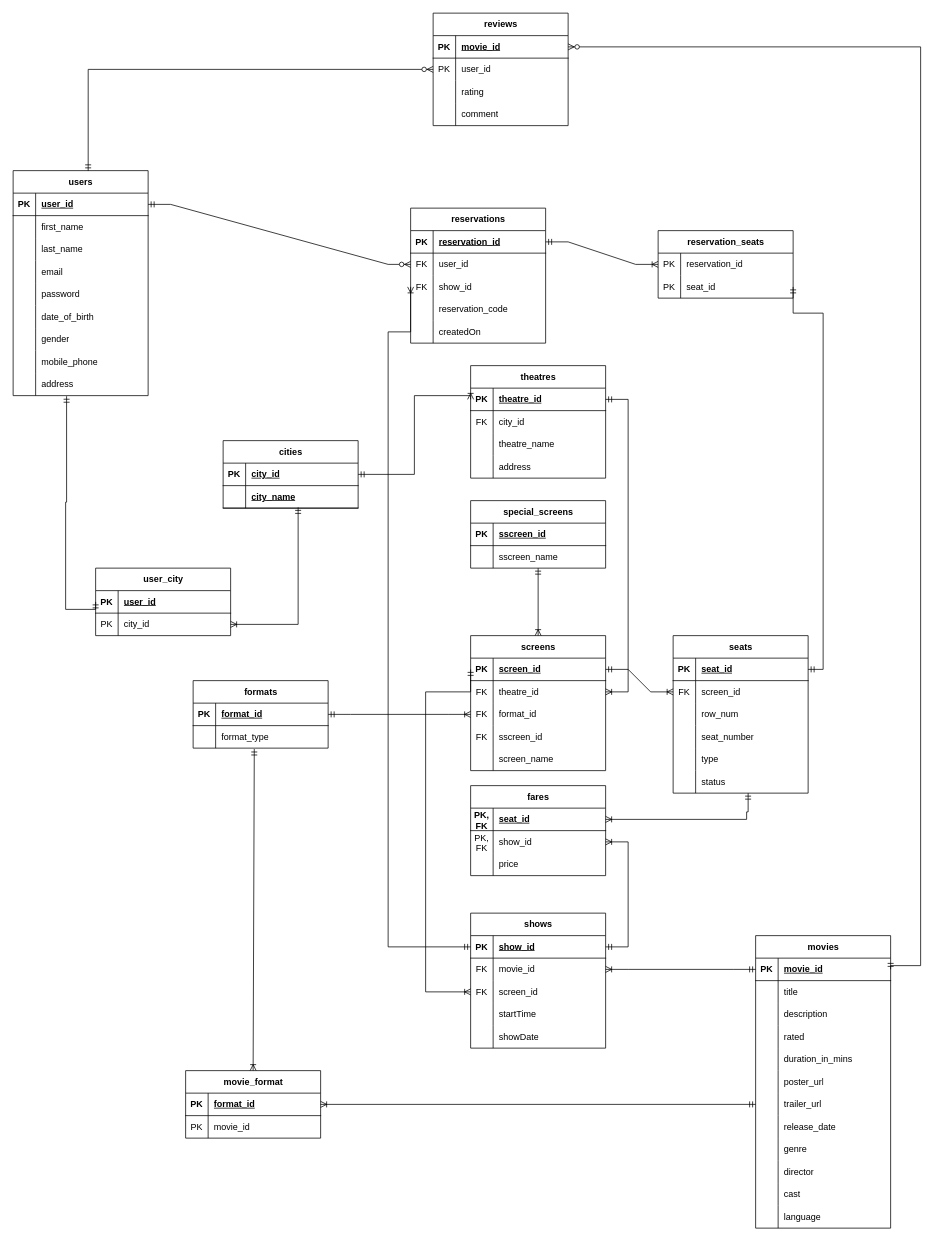
Before: Database/ER Diagram/movie_booking.drawio in Envytee49/movie-booking, a draw.io diagram. Source tidied: cells renumbered, new cells numbered last; positions are measured from the earlier drawing's top-left corner, leaving out a move shared by most shapes. Both pictures are drawn from the tidied source at 75%, with x=0, y=0 at pixel (13, 13).
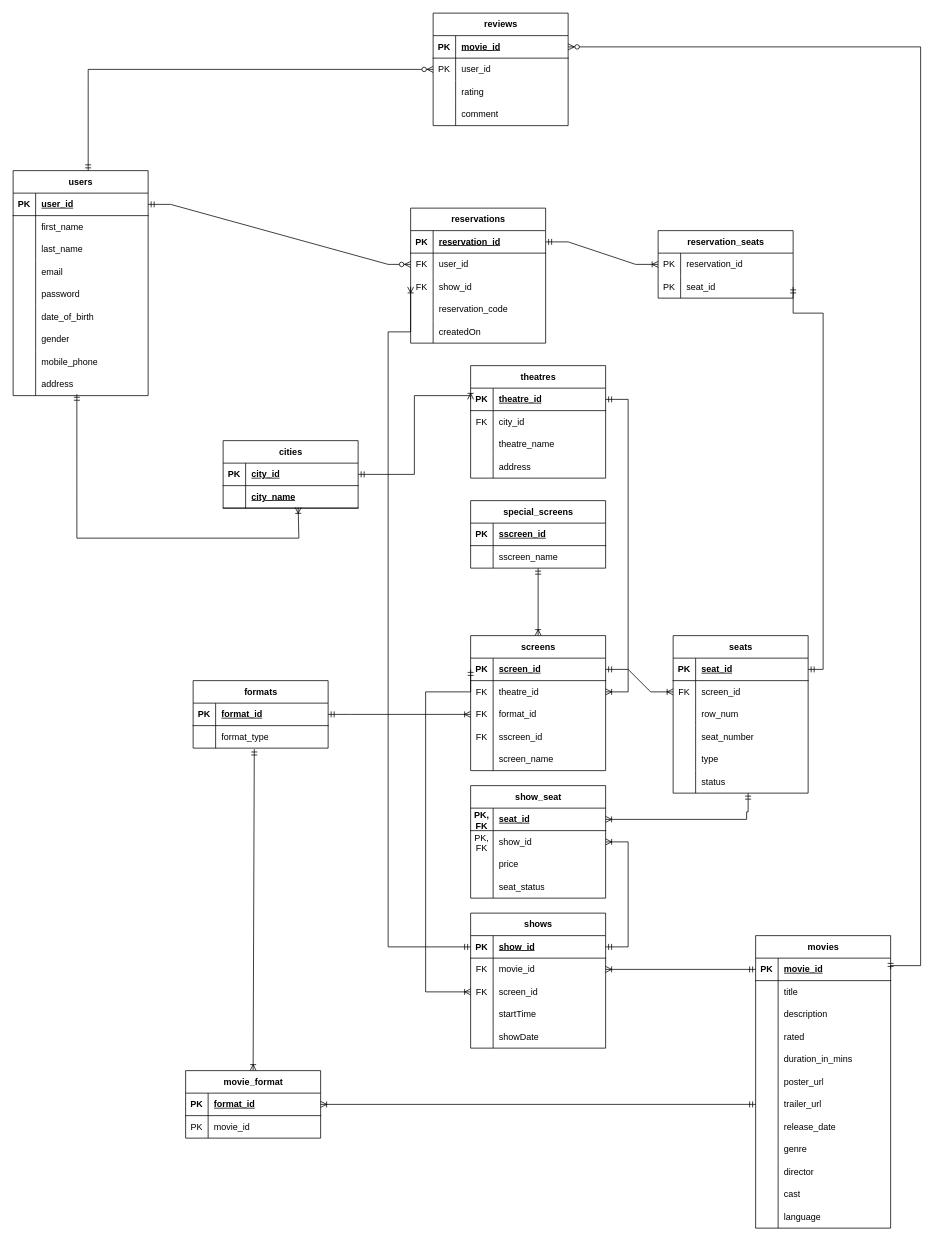
The same diagram, later.

Unchanged cells that the change refers to:
```xml
<mxCell id="64" style="shape=tableRow;horizontal=0;startSize=0;swimlaneHead=0;swimlaneBody=0;fillColor=none;points=[[0,0.5],[1,0.5]];portConstraint=eastwest;top=0;left=0;right=0;bottom=0;" parent="39" vertex="1">
  <mxGeometry y="270" width="180" height="30" as="geometry" />
</mxCell>
```

What changed in the source:
```diff
@@
-    <mxCell id="158" value="fares" style="shape=table;startSize=30;childLayout=tableLayout;rowLines=0;fontStyle=1;align=center;html=1;" parent="1" vertex="1">
-      <mxGeometry x="610" y="1030" width="180" height="120" as="geometry" />
+    <mxCell id="158" value="show_seat" style="shape=table;startSize=30;childLayout=tableLayout;rowLines=0;fontStyle=1;align=center;html=1;" parent="1" vertex="1">
+      <mxGeometry x="610" y="1030" width="180" height="150" as="geometry" />
     </mxCell>
@@
+    <mxCell id="231" style="shape=tableRow;horizontal=0;startSize=0;swimlaneHead=0;swimlaneBody=0;fillColor=none;top=0;left=0;right=0;bottom=0;" parent="158" vertex="1">
+      <mxGeometry y="120" width="180" height="30" as="geometry" />
+    </mxCell>
+    <mxCell id="232" style="shape=partialRectangle;fillColor=none;top=0;left=0;bottom=0;right=0;overflow=hidden;whiteSpace=wrap;html=1;" parent="231" vertex="1">
+      <mxGeometry width="30" height="30" as="geometry" />
+    </mxCell>
+    <mxCell id="233" value="seat_status" style="shape=partialRectangle;fillColor=none;top=0;left=0;bottom=0;right=0;align=left;spacingLeft=6;overflow=hidden;whiteSpace=wrap;html=1;" parent="231" vertex="1">
+      <mxGeometry x="30" width="150" height="30" as="geometry" />
+    </mxCell>
@@
-    <mxCell id="214" value="user_city" style="shape=table;startSize=30;childLayout=tableLayout;rowLines=0;fontStyle=1;align=center;html=1;" parent="1" vertex="1">
-      <mxGeometry x="110" y="740" width="180" height="90" as="geometry" />
-    </mxCell>
-    <mxCell id="215" style="shape=tableRow;horizontal=0;startSize=0;swimlaneHead=0;swimlaneBody=0;fillColor=none;points=[[0,0.5],[1,0.5]];portConstraint=eastwest;top=0;left=0;right=0;bottom=1;" parent="214" vertex="1">
-      <mxGeometry y="30" width="180" height="30" as="geometry" />
-    </mxCell>
-    <mxCell id="216" value="PK" style="shape=partialRectangle;fillColor=none;top=0;left=0;bottom=0;right=0;fontStyle=1;overflow=hidden;whiteSpace=wrap;html=1;" parent="215" vertex="1">
-      <mxGeometry width="30" height="30" as="geometry" />
-    </mxCell>
-    <mxCell id="217" value="user_id" style="shape=partialRectangle;fillColor=none;top=0;left=0;bottom=0;right=0;align=left;spacingLeft=6;fontStyle=5;overflow=hidden;whiteSpace=wrap;html=1;" parent="215" vertex="1">
-      <mxGeometry x="30" width="150" height="30" as="geometry" />
-    </mxCell>
-    <mxCell id="218" style="shape=tableRow;horizontal=0;startSize=0;swimlaneHead=0;swimlaneBody=0;fillColor=none;points=[[0,0.5],[1,0.5]];portConstraint=eastwest;top=0;left=0;right=0;bottom=0;" parent="214" vertex="1">
-      <mxGeometry y="60" width="180" height="30" as="geometry" />
-    </mxCell>
-    <mxCell id="219" value="PK" style="shape=partialRectangle;fillColor=none;top=0;left=0;bottom=0;right=0;overflow=hidden;whiteSpace=wrap;html=1;" parent="218" vertex="1">
-      <mxGeometry width="30" height="30" as="geometry" />
-    </mxCell>
-    <mxCell id="220" value="city_id" style="shape=partialRectangle;fillColor=none;top=0;left=0;bottom=0;right=0;align=left;spacingLeft=6;overflow=hidden;whiteSpace=wrap;html=1;" parent="218" vertex="1">
-      <mxGeometry x="30" width="150" height="30" as="geometry" />
-    </mxCell>
-    <mxCell id="221" style="edgeStyle=orthogonalEdgeStyle;fontSize=12;html=1;endArrow=ERmandOne;startArrow=ERmandOne;rounded=0;entryX=0;entryY=0.5;entryDx=0;entryDy=0;exitX=0.396;exitY=1.027;exitDx=0;exitDy=0;exitPerimeter=0;" parent="1" edge="1" source="64" target="215">
-      <mxGeometry relative="1" as="geometry">
-        <Array as="points">
-          <mxPoint x="71" y="652" />
-          <mxPoint x="70" y="795" />
-          <mxPoint x="100" y="795" />
-        </Array>
-      </mxGeometry>
-    </mxCell>
-    <mxCell id="222" style="edgeStyle=orthogonalEdgeStyle;fontSize=12;html=1;endArrow=ERoneToMany;startArrow=ERmandOne;rounded=0;entryX=1;entryY=0.5;entryDx=0;entryDy=0;" parent="1" edge="1" target="218">
+    <mxCell id="222" style="edgeStyle=orthogonalEdgeStyle;fontSize=12;html=1;endArrow=ERoneToMany;startArrow=ERmandOne;rounded=0;exitX=0.472;exitY=0.939;exitDx=0;exitDy=0;exitPerimeter=0;" parent="1" edge="1" source="64">
       <mxGeometry relative="1" as="geometry">
-        <mxPoint x="380" y="659" as="sourcePoint" />
+        <mxPoint x="380" y="659" as="targetPoint" />
         <Array as="points">
-          <mxPoint x="380" y="659" />
-          <mxPoint x="380" y="855" />
+          <mxPoint x="85" y="700" />
+          <mxPoint x="381" y="700" />
+          <mxPoint x="381" y="659" />
         </Array>
       </mxGeometry>
     </mxCell>
```
